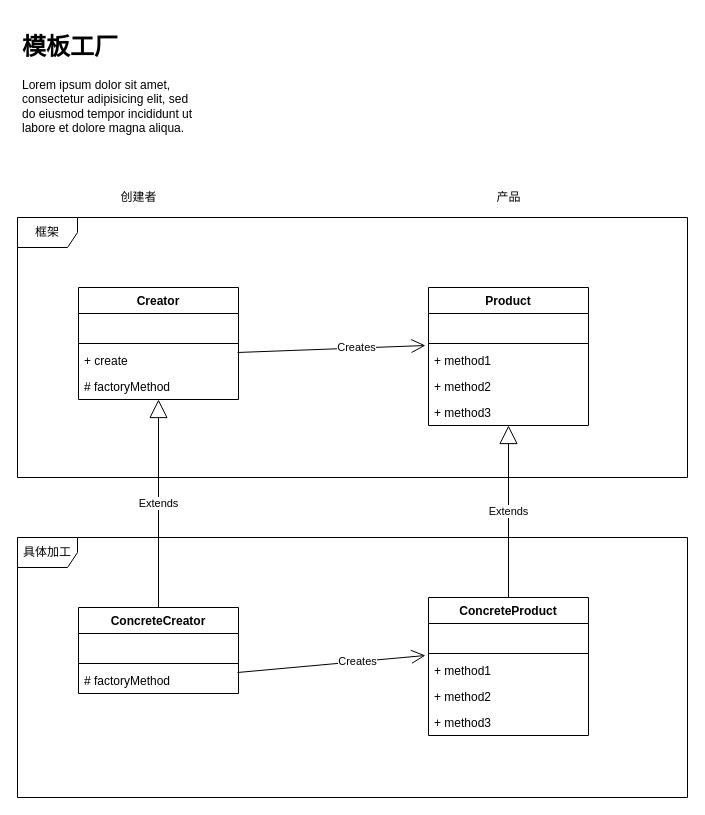
Earlier version of the draw.io diagram patterns/src/main/java/com/tenstone/leet/patterns/factory_method/factoryMethod.drawio (mozhou-tech/java-in-depth). Source tidied: cells renumbered, new cells numbered last; positions are measured from the earlier drawing's top-left corner, leaving out a move shared by most shapes. Both pictures are drawn from the tidied source at 100%, with x=0, y=0 at pixel (17, 27).
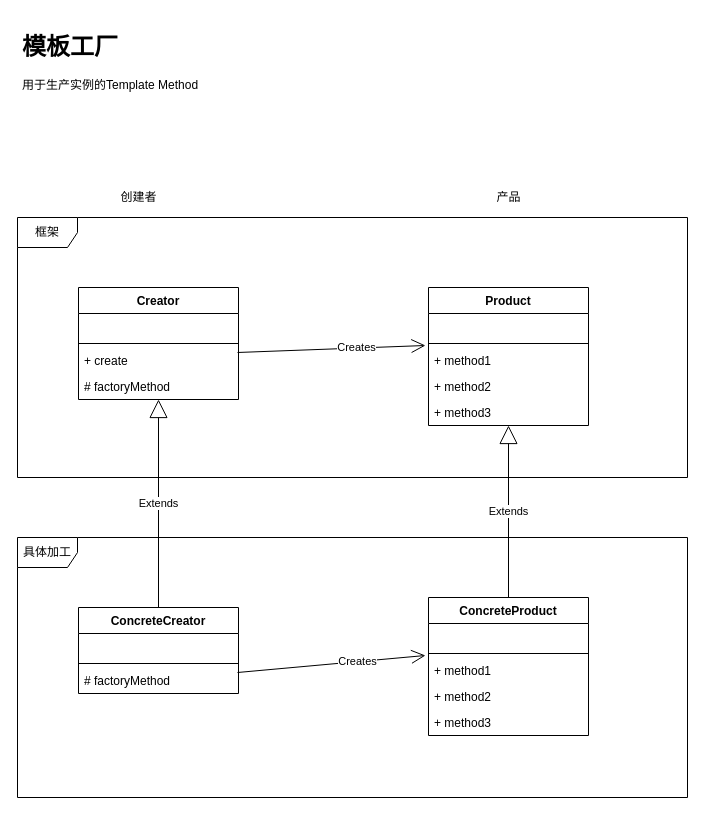
After the change.

Diff of the diagram source:
```diff
@@
-    <mxCell id="3" value="&lt;h1&gt;模板工厂&lt;/h1&gt;&lt;p&gt;Lorem ipsum dolor sit amet, consectetur adipisicing elit, sed do eiusmod tempor incididunt ut labore et dolore magna aliqua.&lt;/p&gt;" style="text;html=1;strokeColor=none;fillColor=none;spacing=5;spacingTop=-20;whiteSpace=wrap;overflow=hidden;rounded=0;" parent="1" vertex="1">
+    <mxCell id="3" value="&lt;h1&gt;模板工厂&lt;/h1&gt;&lt;p&gt;用于生产实例的Template Method&lt;/p&gt;" style="text;html=1;strokeColor=none;fillColor=none;spacing=5;spacingTop=-20;whiteSpace=wrap;overflow=hidden;rounded=0;" parent="1" vertex="1">
       <mxGeometry width="190" height="120" as="geometry" />
     </mxCell>
```
